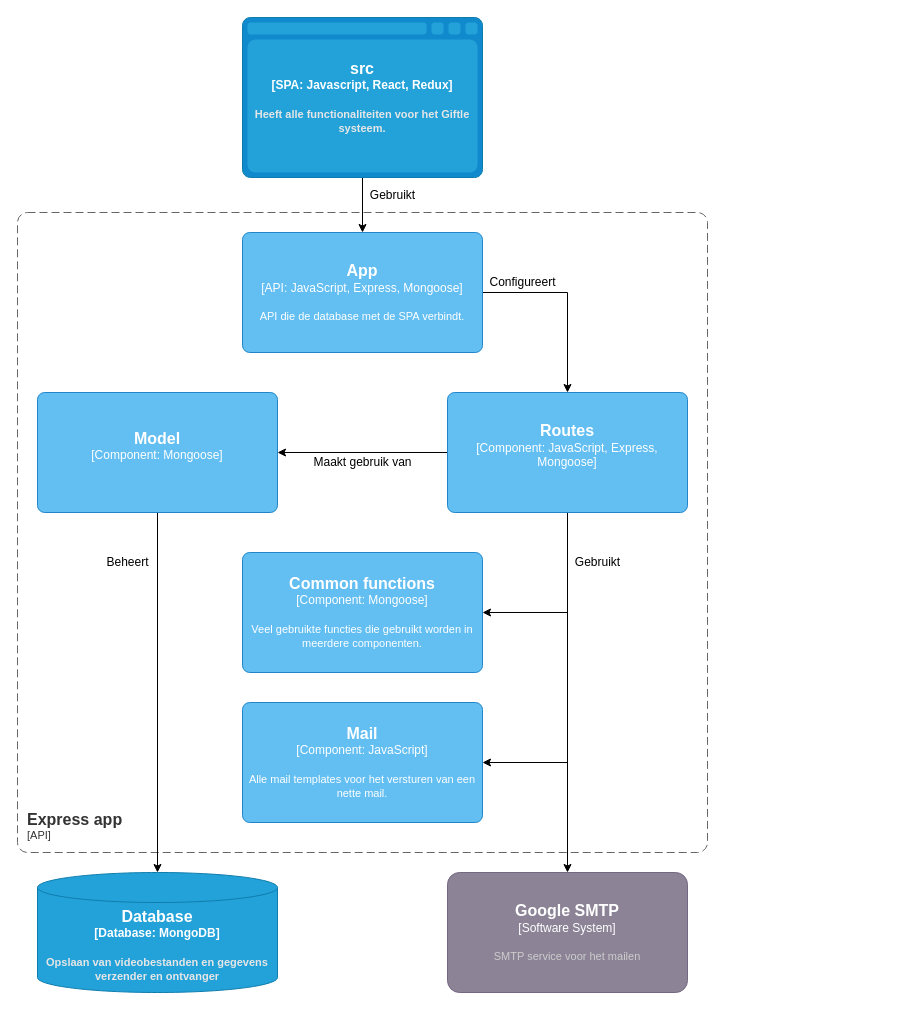
Before: koeskoes/4.Sprint3/Documentatie/Software Guidebook/assets/software_architecture/component_diagram_express_app.drawio in HANICA-DWA/sep2021-project-koeskoes, a draw.io diagram. Source tidied: cells renumbered, new cells numbered last; positions are measured from the earlier drawing's top-left corner, leaving out a move shared by most shapes. Both pictures are drawn from the tidied source at 100%, with x=0, y=0 at pixel (17, 17).
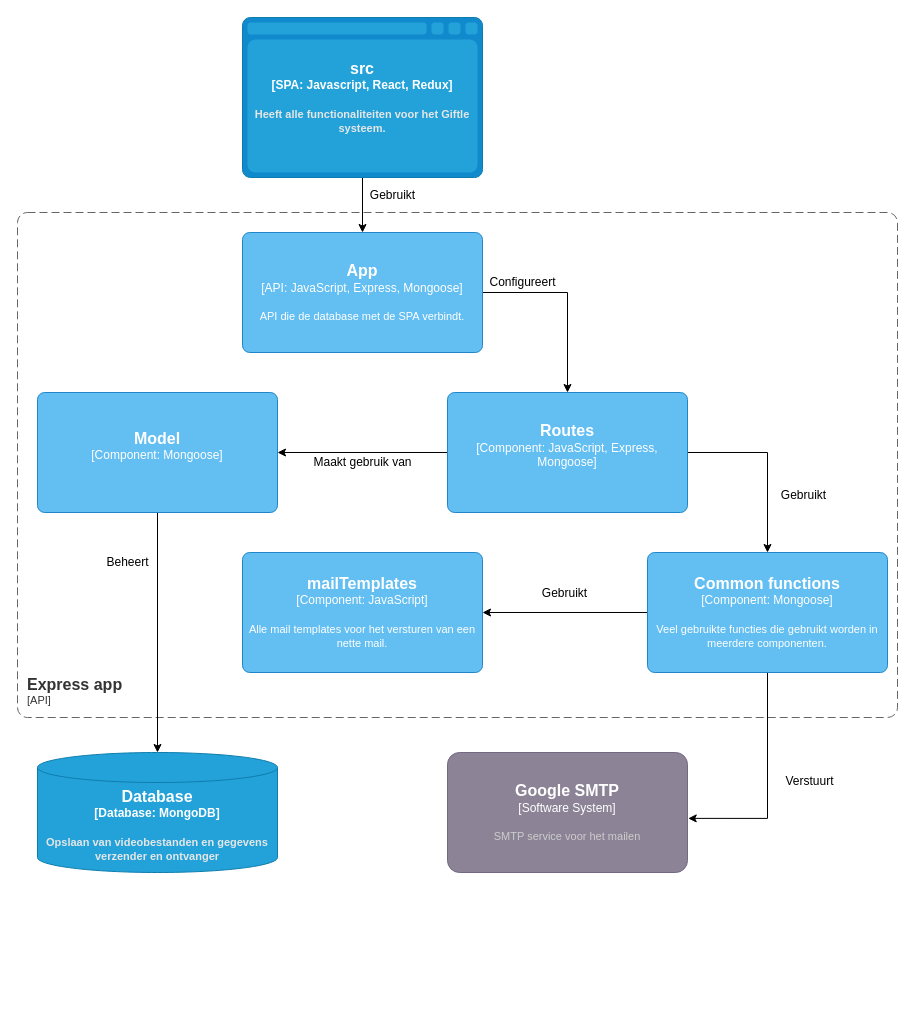
Above is the later version.

Unchanged cells that the change refers to:
```xml
<object id="15" label="&lt;font style=&quot;font-size: 16px&quot;&gt;&lt;b&gt;%c4Name%&lt;/b&gt;&lt;/font&gt;&lt;div&gt;[%c4Type%: %c4Technology%]&lt;/div&gt;&lt;br&gt;&lt;div&gt;&lt;font style=&quot;font-size: 11px&quot;&gt;%c4Description%&lt;/font&gt;&lt;/div&gt;" c4Description="" c4Name="Routes" c4Technology="JavaScript, Express, Mongoose" c4Type="Component" placeholders="1">
  <mxCell style="rounded=1;whiteSpace=wrap;html=1;labelBackgroundColor=none;fillColor=#63BEF2;fontColor=#ffffff;align=center;arcSize=6;strokeColor=#2086C9;points=[[0.25,0,0],[0.5,0,0],[0.75,0,0],[1,0.25,0],[1,0.5,0],[1,0.75,0],[0.75,1,0],[0.5,1,0],[0.25,1,0],[0,0.75,0],[0,0.5,0],[0,0.25,0]];" parent="1" vertex="1">
    <mxGeometry x="430" y="375" width="240" height="120" as="geometry" />
  </mxCell>
</object>
```

What changed in the source:
```diff
@@
     <object id="4" label="&lt;font style=&quot;font-size: 16px&quot;&gt;&lt;b&gt;&lt;div style=&quot;text-align: left&quot;&gt;%c4Name%&lt;/div&gt;&lt;/b&gt;&lt;/font&gt;&lt;div style=&quot;text-align: left&quot;&gt;[%c4Application%]&lt;/div&gt;" c4Application="API" c4Name="Express app" placeholders="1">
       <mxCell style="rounded=1;fontSize=11;whiteSpace=wrap;html=1;dashed=1;arcSize=20;fillColor=none;strokeColor=#666666;fontColor=#333333;labelBackgroundColor=none;align=left;verticalAlign=bottom;labelBorderColor=none;spacingTop=0;spacing=10;dashPattern=8 4;perimeter=rectanglePerimeter;noLabel=0;labelPadding=0;absoluteArcSize=1;" parent="1" vertex="1">
-        <mxGeometry y="195" width="690" height="640" as="geometry" />
+        <mxGeometry y="195" width="880" height="505" as="geometry" />
       </mxCell>
     </object>
     <object id="5" label="&lt;font style=&quot;font-size: 16px&quot;&gt;&lt;b&gt;%c4Type%&lt;/font&gt;&lt;div&gt;[%c4Container%:&amp;nbsp;%c4Technology%]&lt;/div&gt;&lt;br&gt;&lt;div&gt;&lt;font style=&quot;font-size: 11px&quot;&gt;&lt;font color=&quot;#E6E6E6&quot;&gt;%c4Description%&lt;/font&gt;&lt;/div&gt;" c4Container="Database" c4Description="Opslaan van videobestanden en gegevens&#10;verzender en ontvanger" c4Technology="MongoDB" c4Type="Database" placeholders="1">
       <mxCell style="shape=cylinder3;size=15;whiteSpace=wrap;html=1;boundedLbl=1;rounded=0;labelBackgroundColor=none;fillColor=#23A2D9;fontSize=12;fontColor=#ffffff;align=center;strokeColor=#0E7DAD;points=[[0.5,0,0],[1,0.25,0],[1,0.5,0],[1,0.75,0],[0.5,1,0],[0,0.75,0],[0,0.5,0],[0,0.25,0]];" parent="1" vertex="1">
-        <mxGeometry x="20" y="855" width="240" height="120" as="geometry" />
+        <mxGeometry x="20" y="735" width="240" height="120" as="geometry" />
       </mxCell>
     </object>
     <object id="6" label="&lt;font style=&quot;font-size: 16px&quot;&gt;&lt;b&gt;%c4Name%&lt;/b&gt;&lt;/font&gt;&lt;div&gt;[%c4Type%]&lt;/div&gt;&lt;br&gt;&lt;div&gt;&lt;font style=&quot;font-size: 11px&quot;&gt;&lt;font color=&quot;#cccccc&quot;&gt;%c4Description%&lt;/font&gt;&lt;/div&gt;" c4Description="SMTP service voor het mailen" c4Name="Google SMTP" c4Type="Software System" placeholders="1">
       <mxCell style="rounded=1;whiteSpace=wrap;html=1;labelBackgroundColor=none;fillColor=#8C8496;fontColor=#ffffff;align=center;arcSize=10;strokeColor=#736782;points=[[0.25,0,0],[0.5,0,0],[0.75,0,0],[1,0.25,0],[1,0.5,0],[1,0.75,0],[0.75,1,0],[0.5,1,0],[0.25,1,0],[0,0.75,0],[0,0.5,0],[0,0.25,0]];" parent="1" vertex="1">
-        <mxGeometry x="430" y="855" width="240" height="120" as="geometry" />
+        <mxGeometry x="430" y="735" width="240" height="120" as="geometry" />
       </mxCell>
     </object>
@@
-    <mxCell id="11" style="edgeStyle=orthogonalEdgeStyle;rounded=0;jettySize=auto;html=1;exitX=0.5;exitY=1;exitDx=0;exitDy=0;exitPerimeter=0;entryX=1;entryY=0.5;entryDx=0;entryDy=0;entryPerimeter=0;" parent="1" edge="1" source="15" target="16">
+    <mxCell id="11" style="edgeStyle=orthogonalEdgeStyle;rounded=0;jettySize=auto;html=1;exitX=0.5;exitY=1;exitDx=0;exitDy=0;exitPerimeter=0;entryX=0.5;entryY=0;entryDx=0;entryDy=0;entryPerimeter=0;" parent="1" edge="1" source="15" target="16">
       <mxGeometry relative="1" as="geometry">
         <Array as="points">
-          <mxPoint x="550" y="595" />
+          <mxPoint x="550" y="435" />
+          <mxPoint x="750" y="435" />
         </Array>
       </mxGeometry>
     </mxCell>
-    <mxCell id="12" style="edgeStyle=orthogonalEdgeStyle;rounded=0;jettySize=auto;html=1;exitX=0.5;exitY=1;exitDx=0;exitDy=0;exitPerimeter=0;entryX=1;entryY=0.5;entryDx=0;entryDy=0;entryPerimeter=0;" parent="1" edge="1" source="15" target="17">
-      <mxGeometry relative="1" as="geometry">
-        <Array as="points">
-          <mxPoint x="550" y="745" />
-        </Array>
-      </mxGeometry>
+    <mxCell id="12" style="edgeStyle=orthogonalEdgeStyle;rounded=0;jettySize=auto;html=1;exitX=0;exitY=0.5;exitDx=0;exitDy=0;exitPerimeter=0;entryX=1;entryY=0.5;entryDx=0;entryDy=0;entryPerimeter=0;" parent="1" edge="1" source="16" target="17">
+      <mxGeometry relative="1" as="geometry" />
     </mxCell>
-    <mxCell id="13" style="edgeStyle=orthogonalEdgeStyle;rounded=0;jettySize=auto;html=1;exitX=0.5;exitY=1;exitDx=0;exitDy=0;exitPerimeter=0;entryX=0.5;entryY=0;entryDx=0;entryDy=0;entryPerimeter=0;" parent="1" edge="1" source="15" target="6">
-      <mxGeometry relative="1" as="geometry" />
-    </mxCell>
@@
+    <mxCell id="23" style="edgeStyle=orthogonalEdgeStyle;rounded=0;jettySize=auto;html=1;entryX=1.003;entryY=0.549;entryDx=0;entryDy=0;entryPerimeter=0;" parent="1" edge="1" source="16" target="6">
+      <mxGeometry relative="1" as="geometry" />
+    </mxCell>
     <object id="16" label="&lt;font style=&quot;font-size: 16px&quot;&gt;&lt;b&gt;%c4Name%&lt;/b&gt;&lt;/font&gt;&lt;div&gt;[%c4Type%: %c4Technology%]&lt;/div&gt;&lt;br&gt;&lt;div&gt;&lt;font style=&quot;font-size: 11px&quot;&gt;%c4Description%&lt;/font&gt;&lt;/div&gt;" c4Description="Veel gebruikte functies die gebruikt worden in meerdere componenten." c4Name="Common functions" c4Technology="Mongoose" c4Type="Component" placeholders="1">
       <mxCell style="rounded=1;whiteSpace=wrap;html=1;labelBackgroundColor=none;fillColor=#63BEF2;fontColor=#ffffff;align=center;arcSize=6;strokeColor=#2086C9;points=[[0.25,0,0],[0.5,0,0],[0.75,0,0],[1,0.25,0],[1,0.5,0],[1,0.75,0],[0.75,1,0],[0.5,1,0],[0.25,1,0],[0,0.75,0],[0,0.5,0],[0,0.25,0]];" parent="1" vertex="1">
-        <mxGeometry x="225" y="535" width="240" height="120" as="geometry" />
+        <mxGeometry x="630" y="535" width="240" height="120" as="geometry" />
       </mxCell>
     </object>
-    <object id="17" label="&lt;font style=&quot;font-size: 16px&quot;&gt;&lt;b&gt;%c4Name%&lt;/b&gt;&lt;/font&gt;&lt;div&gt;[%c4Type%: %c4Technology%]&lt;/div&gt;&lt;br&gt;&lt;div&gt;&lt;font style=&quot;font-size: 11px&quot;&gt;%c4Description%&lt;/font&gt;&lt;/div&gt;" c4Description="Alle mail templates voor het versturen van een nette mail." c4Name="Mail" c4Technology="JavaScript" c4Type="Component" placeholders="1">
+    <object id="17" label="&lt;font style=&quot;font-size: 16px&quot;&gt;&lt;b&gt;%c4Name%&lt;/b&gt;&lt;/font&gt;&lt;div&gt;[%c4Type%: %c4Technology%]&lt;/div&gt;&lt;br&gt;&lt;div&gt;&lt;font style=&quot;font-size: 11px&quot;&gt;%c4Description%&lt;/font&gt;&lt;/div&gt;" c4Description="Alle mail templates voor het versturen van een nette mail." c4Name="mailTemplates" c4Technology="JavaScript" c4Type="Component" placeholders="1">
       <mxCell style="rounded=1;whiteSpace=wrap;html=1;labelBackgroundColor=none;fillColor=#63BEF2;fontColor=#ffffff;align=center;arcSize=6;strokeColor=#2086C9;points=[[0.25,0,0],[0.5,0,0],[0.75,0,0],[1,0.25,0],[1,0.5,0],[1,0.75,0],[0.75,1,0],[0.5,1,0],[0.25,1,0],[0,0.75,0],[0,0.5,0],[0,0.25,0]];" parent="1" vertex="1">
-        <mxGeometry x="225" y="685" width="240" height="120" as="geometry" />
+        <mxGeometry x="225" y="535" width="240" height="120" as="geometry" />
       </mxCell>
     </object>
@@
     <mxCell id="19" value="Gebruikt" style="text;html=1;align=center;verticalAlign=middle;strokeColor=none;fillColor=none;" parent="1" vertex="1">
-      <mxGeometry x="550" y="535" width="60" height="20" as="geometry" />
+      <mxGeometry x="756" y="468" width="60" height="20" as="geometry" />
     </mxCell>
@@
+    <mxCell id="24" value="Gebruikt" style="text;html=1;align=center;verticalAlign=middle;strokeColor=none;fillColor=none;" parent="1" vertex="1">
+      <mxGeometry x="517" y="566" width="60" height="20" as="geometry" />
+    </mxCell>
+    <mxCell id="25" value="Verstuurt" style="text;html=1;align=center;verticalAlign=middle;strokeColor=none;fillColor=none;" parent="1" vertex="1">
+      <mxGeometry x="763" y="755" width="58" height="18" as="geometry" />
+    </mxCell>
```
